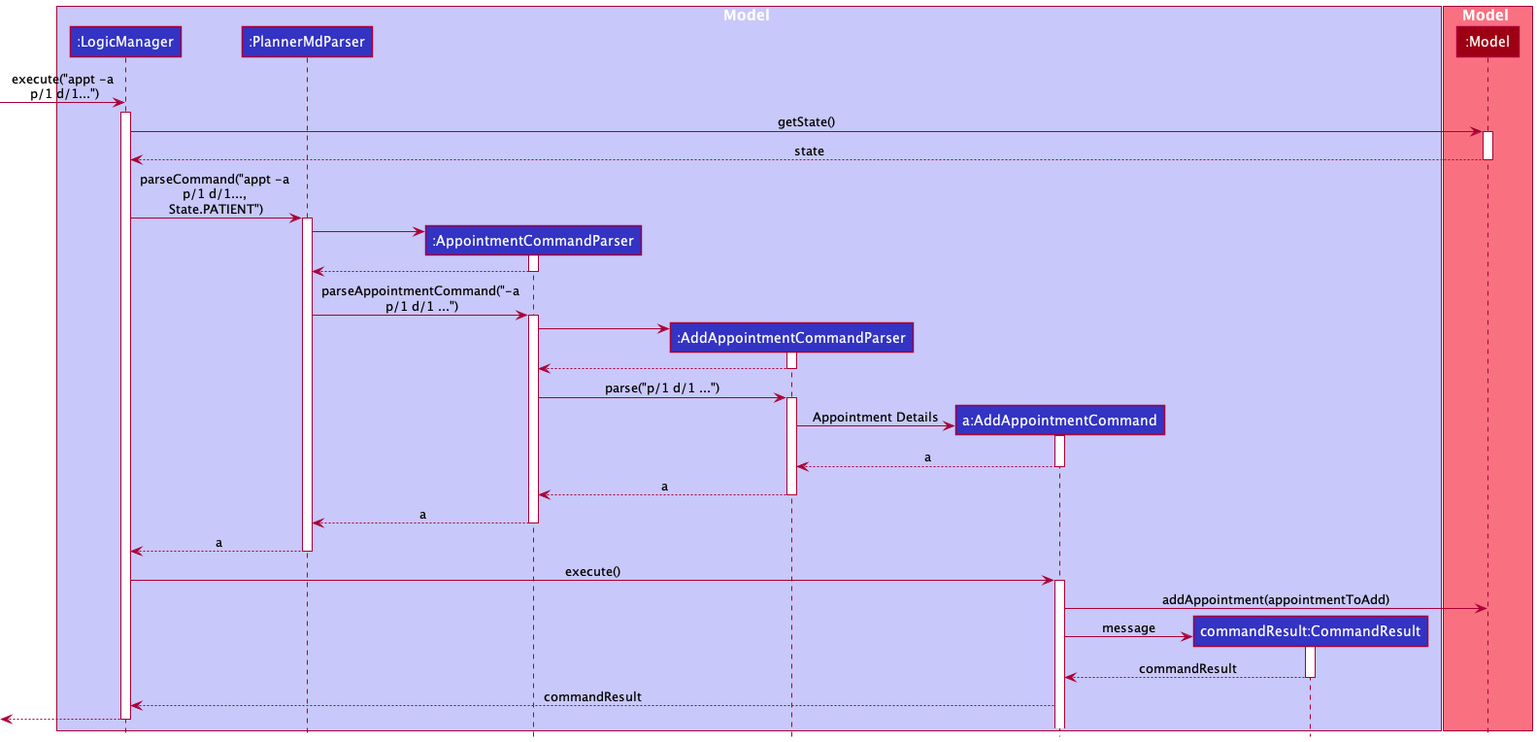
Earlier version of the PlantUML export docs/images/AddAppointmentSequenceDiagram.png (nus-cs2103-AY2122S1/tp).
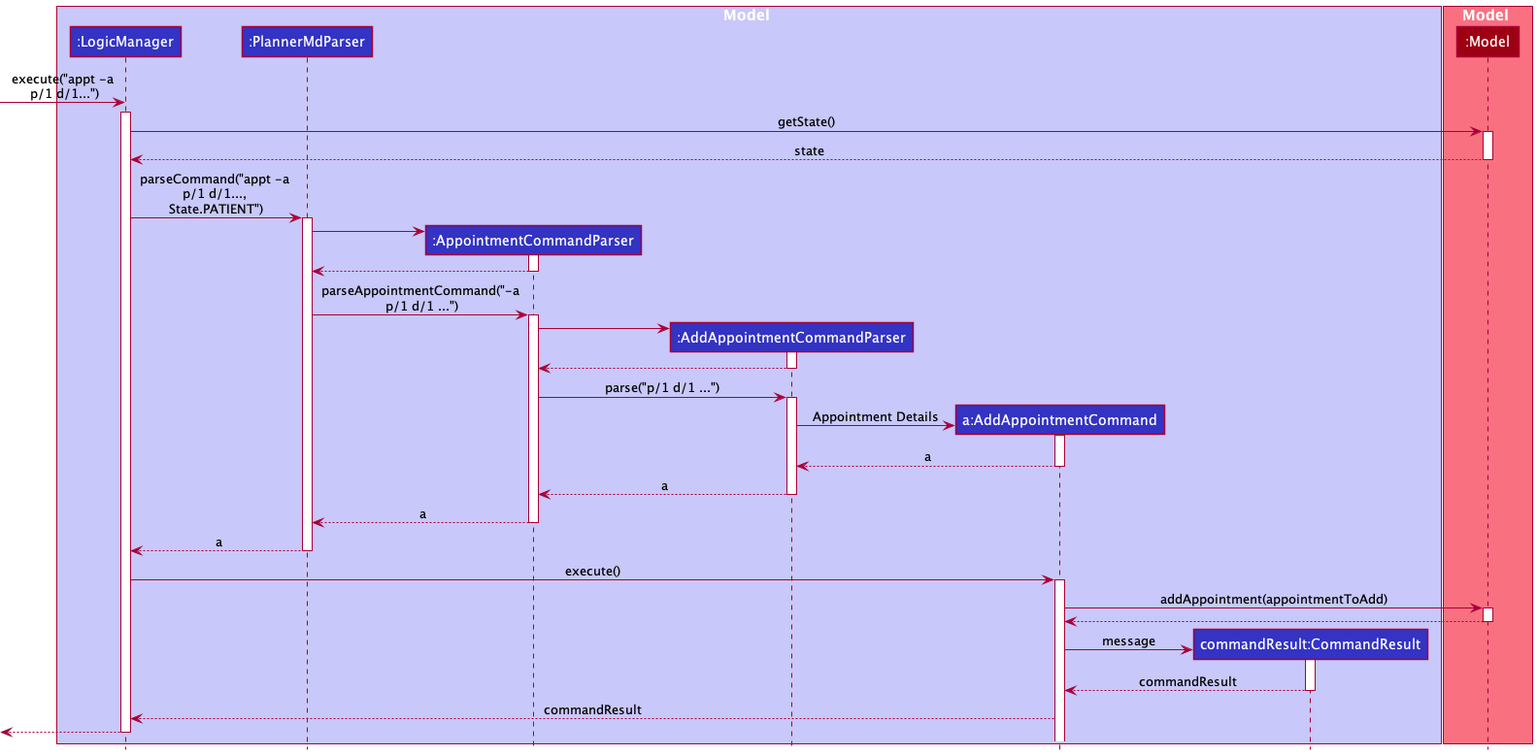
The same diagram one commit later.

Change to the diagram source:
```diff
@@ -67,6 +67,9 @@
 activate AddAppointmentCommand
 
 AddAppointmentCommand -> Model : addAppointment(appointmentToAdd)
+activate Model
+Model --> AddAppointmentCommand
+deactivate Model
 
 create CommandResult
 AddAppointmentCommand -> CommandResult : message
```
